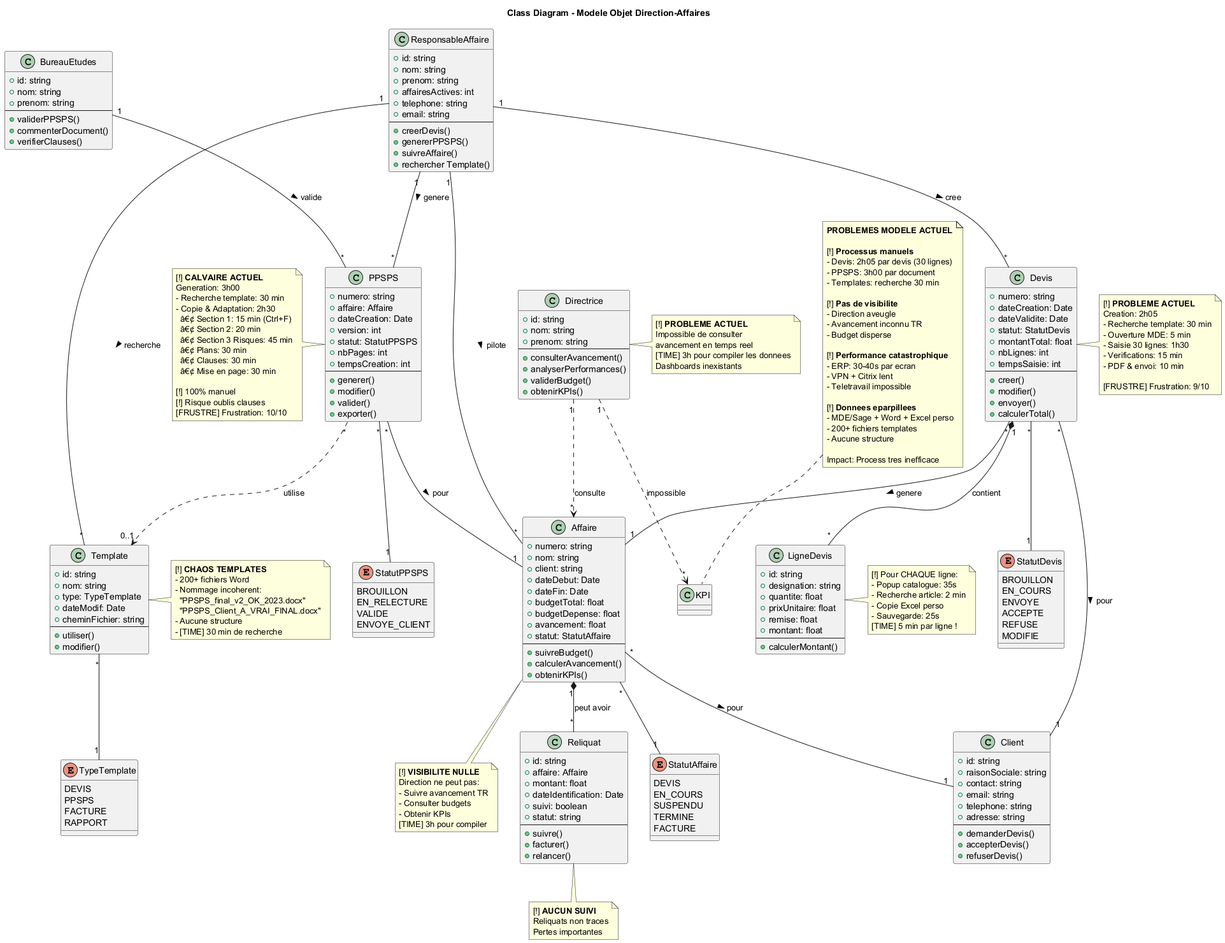
Above: Services/Direction-Affaires/uml/png/Class_Diagram_Modele.png in JordanSerafini/Audit_Duret (PlantUML), before the change. Its diagram source:
```plantuml
@startuml Class_Diagram_Modele

title Class Diagram - Modele Objet Direction-Affaires

class ResponsableAffaire {
  +id: string
  +nom: string
  +prenom: string
  +affairesActives: int
  +telephone: string
  +email: string
  --
  +creerDevis()
  +genererPPSPS()
  +suivreAffaire()
  +rechercher Template()
}

class Directrice {
  +id: string
  +nom: string
  +prenom: string
  --
  +consulterAvancement()
  +analyserPerformances()
  +validerBudget()
  +obtenirKPIs()
}

note right of Directrice
  [!] **PROBLEME ACTUEL**
  Impossible de consulter
  avancement en temps reel
  [TIME] 3h pour compiler les donnees
  Dashboards inexistants
end note

class BureauEtudes {
  +id: string
  +nom: string
  +prenom: string
  --
  +validerPPSPS()
  +commenterDocument()
  +verifierClauses()
}

class Devis {
  +numero: string
  +dateCreation: Date
  +dateValidite: Date
  +statut: StatutDevis
  +montantTotal: float
  +nbLignes: int
  +tempsSaisie: int
  --
  +creer()
  +modifier()
  +envoyer()
  +calculerTotal()
}

note right of Devis
  [!] **PROBLEME ACTUEL**
  Creation: 2h05
  - Recherche template: 30 min
  - Ouverture MDE: 5 min
  - Saisie 30 lignes: 1h30
  - Verifications: 15 min
  - PDF & envoi: 10 min

  [FRUSTRE] Frustration: 9/10
end note

enum StatutDevis {
  BROUILLON
  EN_COURS
  ENVOYE
  ACCEPTE
  REFUSE
  MODIFIE
}

class LigneDevis {
  +id: string
  +designation: string
  +quantite: float
  +prixUnitaire: float
  +remise: float
  +montant: float
  --
  +calculerMontant()
}

note right of LigneDevis
  [!] Pour CHAQUE ligne:
  - Popup catalogue: 35s
  - Recherche article: 2 min
  - Copie Excel perso
  - Sauvegarde: 25s
  [TIME] 5 min par ligne !
end note

class PPSPS {
  +numero: string
  +affaire: Affaire
  +dateCreation: Date
  +version: int
  +statut: StatutPPSPS
  +nbPages: int
  +tempsCreation: int
  --
  +generer()
  +modifier()
  +valider()
  +exporter()
}

note left of PPSPS
  [!] **CALVAIRE ACTUEL**
  Generation: 3h00
  - Recherche template: 30 min
  - Copie & Adaptation: 2h30
    â€¢ Section 1: 15 min (Ctrl+F)
    â€¢ Section 2: 20 min
    â€¢ Section 3 Risques: 45 min
    â€¢ Plans: 30 min
    â€¢ Clauses: 30 min
    â€¢ Mise en page: 30 min

  [!] 100% manuel
  [!] Risque oublis clauses
  [FRUSTRE] Frustration: 10/10
end note

enum StatutPPSPS {
  BROUILLON
  EN_RELECTURE
  VALIDE
  ENVOYE_CLIENT
}

class Affaire {
  +numero: string
  +nom: string
  +client: string
  +dateDebut: Date
  +dateFin: Date
  +budgetTotal: float
  +budgetDepense: float
  +avancement: float
  +statut: StatutAffaire
  --
  +suivreBudget()
  +calculerAvancement()
  +obtenirKPIs()
}

note bottom of Affaire
  [!] **VISIBILITE NULLE**
  Direction ne peut pas:
  - Suivre avancement TR
  - Consulter budgets
  - Obtenir KPIs
  [TIME] 3h pour compiler
end note

enum StatutAffaire {
  DEVIS
  EN_COURS
  SUSPENDU
  TERMINE
  FACTURE
}

class Client {
  +id: string
  +raisonSociale: string
  +contact: string
  +email: string
  +telephone: string
  +adresse: string
  --
  +demanderDevis()
  +accepterDevis()
  +refuserDevis()
}

class Template {
  +id: string
  +nom: string
  +type: TypeTemplate
  +dateModif: Date
  +cheminFichier: string
  --
  +utiliser()
  +modifier()
}

note right of Template
  [!] **CHAOS TEMPLATES**
  - 200+ fichiers Word
  - Nommage incoherent:
    "PPSPS_final_v2_OK_2023.docx"
    "PPSPS_Client_A_VRAI_FINAL.docx"
  - Aucune structure
  - [TIME] 30 min de recherche
end note

enum TypeTemplate {
  DEVIS
  PPSPS
  FACTURE
  RAPPORT
}

class Reliquat {
  +id: string
  +affaire: Affaire
  +montant: float
  +dateIdentification: Date
  +suivi: boolean
  +statut: string
  --
  +suivre()
  +facturer()
  +relancer()
}

note bottom of Reliquat
  [!] **AUCUN SUIVI**
  Reliquats non traces
  Pertes importantes
end note

ResponsableAffaire "1" -- "*" Devis : cree >
ResponsableAffaire "1" -- "*" PPSPS : genere >
ResponsableAffaire "1" -- "*" Affaire : pilote >
ResponsableAffaire "1" -- "*" Template : recherche >

Directrice "1" ..> "*" Affaire : consulte
Directrice "1" ..> "*" KPI : impossible

BureauEtudes "1" -- "*" PPSPS : valide >

Devis "1" *-- "*" LigneDevis : contient
Devis "*" -- "1" StatutDevis
Devis "*" -- "1" Client : pour >
Devis "*" -- "1" Affaire : genere >

PPSPS "*" -- "1" Affaire : pour >
PPSPS "*" -- "1" StatutPPSPS
PPSPS "*" ..> "0..1" Template : utilise

Affaire "*" -- "1" Client : pour >
Affaire "*" -- "1" StatutAffaire
Affaire "1" *-- "*" Reliquat : peut avoir

Template "*" -- "1" TypeTemplate

note top
  **PROBLEMES MODELE ACTUEL**

  [!] **Processus manuels**
  - Devis: 2h05 par devis (30 lignes)
  - PPSPS: 3h00 par document
  - Templates: recherche 30 min

  [!] **Pas de visibilite**
  - Direction aveugle
  - Avancement inconnu TR
  - Budget disperse

  [!] **Performance catastrophique**
  - ERP: 30-40s par ecran
  - VPN + Citrix lent
  - Teletravail impossible

  [!] **Donnees eparpillees**
  - MDE/Sage + Word + Excel perso
  - 200+ fichiers templates
  - Aucune structure

  Impact: Process tres inefficace
end note

@enduml
```
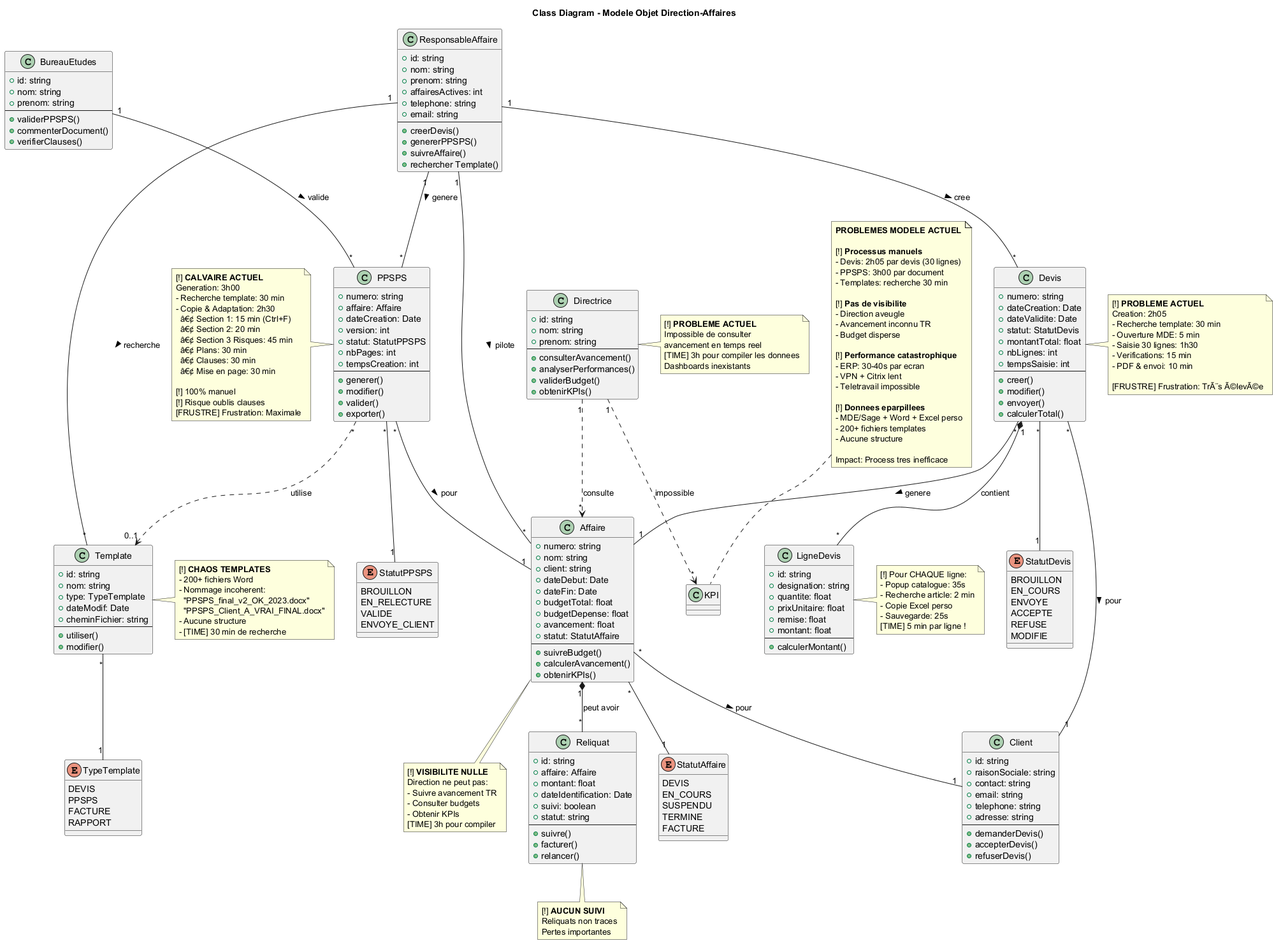
After the commit.

The edit, as a diff of the source:
```diff
@@ -69,7 +69,7 @@
   - Verifications: 15 min
   - PDF & envoi: 10 min
 
-  [FRUSTRE] Frustration: 9/10
+  [FRUSTRE] Frustration: TrÃ¨s Ã©levÃ©e
 end note
 
 enum StatutDevis {
@@ -130,7 +130,7 @@
 
   [!] 100% manuel
   [!] Risque oublis clauses
-  [FRUSTRE] Frustration: 10/10
+  [FRUSTRE] Frustration: Maximale
 end note
 
 enum StatutPPSPS {
```
